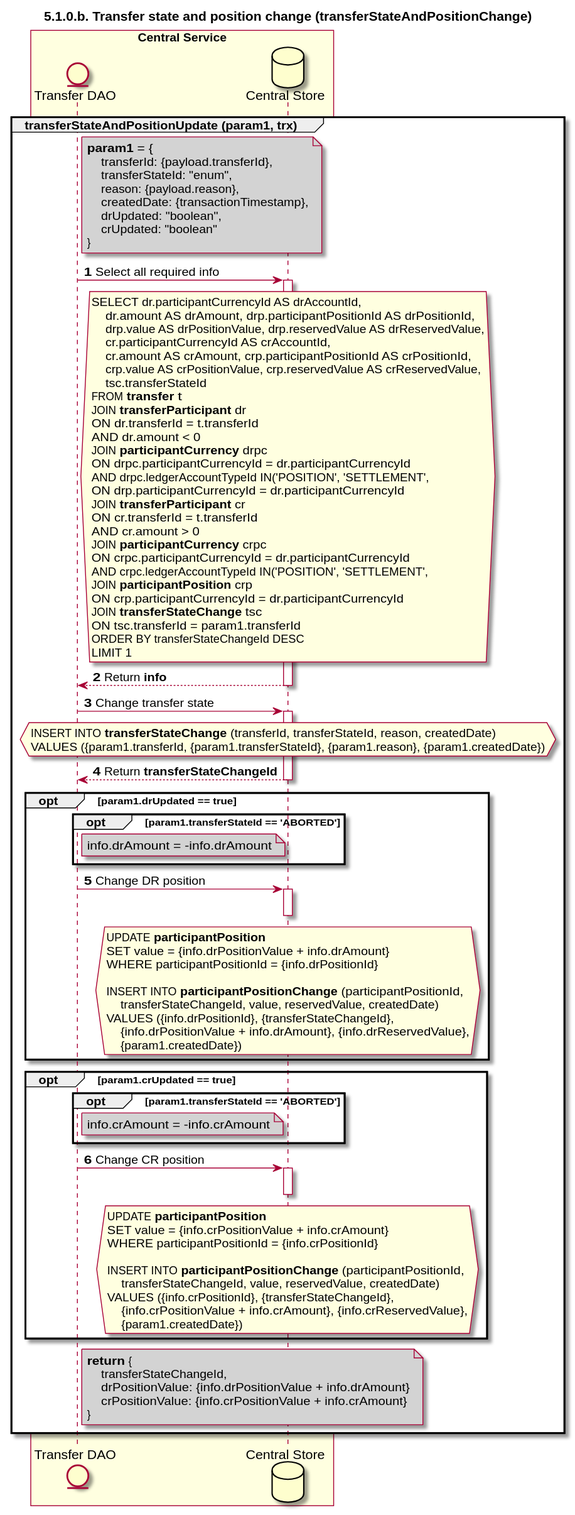
ggrg/docs keeps this PlantUML diagram as Diagrams/SequenceDiagrams/seq-recfunds-5.1.0.b-transferStateAndPositionChange.svg. Above is the earlier version. The source it was exported from:
```plantuml
@startuml
title 5.1.0.b. Transfer state and position change (transferStateAndPositionChange)

autonumber


entity "Transfer DAO" as TRANSFER_DAO
database "Central Store" as DB

box "Central Service" #LightYellow
    participant TRANSFER_DAO
    participant DB
end box

group transferStateAndPositionUpdate (param1, trx)
    note right of TRANSFER_DAO #lightgray
        **param1** = {
            transferId: {payload.transferId},
            transferStateId: "enum",
            reason: {payload.reason},
            createdDate: {transactionTimestamp},
            drUpdated: "boolean",
            crUpdated: "boolean"
        }
    end note

    TRANSFER_DAO -> DB: Select all required info
    activate DB
    hnote over DB #lightyellow
        SELECT dr.participantCurrencyId AS drAccountId,
            dr.amount AS drAmount, drp.participantPositionId AS drPositionId,
            drp.value AS drPositionValue, drp.reservedValue AS drReservedValue,
            cr.participantCurrencyId AS crAccountId,
            cr.amount AS crAmount, crp.participantPositionId AS crPositionId,
            crp.value AS crPositionValue, crp.reservedValue AS crReservedValue,
            tsc.transferStateId
        FROM **transfer** t
        JOIN **transferParticipant** dr
        ON dr.transferId = t.transferId
        AND dr.amount < 0
        JOIN **participantCurrency** drpc
        ON drpc.participantCurrencyId = dr.participantCurrencyId
        AND drpc.ledgerAccountTypeId IN('POSITION', 'SETTLEMENT',
        ON drp.participantCurrencyId = dr.participantCurrencyId
        JOIN **transferParticipant** cr
        ON cr.transferId = t.transferId
        AND cr.amount > 0
        JOIN **participantCurrency** crpc
        ON crpc.participantCurrencyId = dr.participantCurrencyId
        AND crpc.ledgerAccountTypeId IN('POSITION', 'SETTLEMENT',
        JOIN **participantPosition** crp
        ON crp.participantCurrencyId = dr.participantCurrencyId
        JOIN **transferStateChange** tsc
        ON tsc.transferId = param1.transferId
        ORDER BY transferStateChangeId DESC
        LIMIT 1
    end hnote
    TRANSFER_DAO <-- DB: Return **info**
    deactivate DB

    TRANSFER_DAO -> DB: Change transfer state
    activate DB
    hnote over DB #lightyellow
        INSERT INTO **transferStateChange** (transferId, transferStateId, reason, createdDate)
        VALUES ({param1.transferId, {param1.transferStateId}, {param1.reason}, {param1.createdDate})
    end hnote
    TRANSFER_DAO <-- DB: Return **transferStateChangeId**
    deactivate DB

    opt param1.drUpdated == true
        opt param1.transferStateId == 'ABORTED'
            note right of TRANSFER_DAO #lightgray
                info.drAmount = -info.drAmount
            end note
        end

        TRANSFER_DAO -> DB: Change DR position
        activate DB
        deactivate DB
        hnote over DB #lightyellow
            UPDATE **participantPosition**
            SET value = {info.drPositionValue + info.drAmount}
            WHERE participantPositionId = {info.drPositionId}

            INSERT INTO **participantPositionChange** (participantPositionId,
                transferStateChangeId, value, reservedValue, createdDate)
            VALUES ({info.drPositionId}, {transferStateChangeId},
                {info.drPositionValue + info.drAmount}, {info.drReservedValue},
                {param1.createdDate})
        end hnote
    end

    opt param1.crUpdated == true
        opt param1.transferStateId == 'ABORTED'
            note right of TRANSFER_DAO #lightgray
                info.crAmount = -info.crAmount
            end note
        end

        TRANSFER_DAO -> DB: Change CR position
        activate DB
        deactivate DB
        hnote over DB #lightyellow
            UPDATE **participantPosition**
            SET value = {info.crPositionValue + info.crAmount}
            WHERE participantPositionId = {info.crPositionId}

            INSERT INTO **participantPositionChange** (participantPositionId,
                transferStateChangeId, value, reservedValue, createdDate)
            VALUES ({info.crPositionId}, {transferStateChangeId},
                {info.crPositionValue + info.crAmount}, {info.crReservedValue},
                {param1.createdDate})
        end hnote
    end

    note right of TRANSFER_DAO #lightgray
        **return** {
            transferStateChangeId,
            drPositionValue: {info.drPositionValue + info.drAmount}
            crPositionValue: {info.crPositionValue + info.crAmount}
        }
    end note
end
@enduml
```
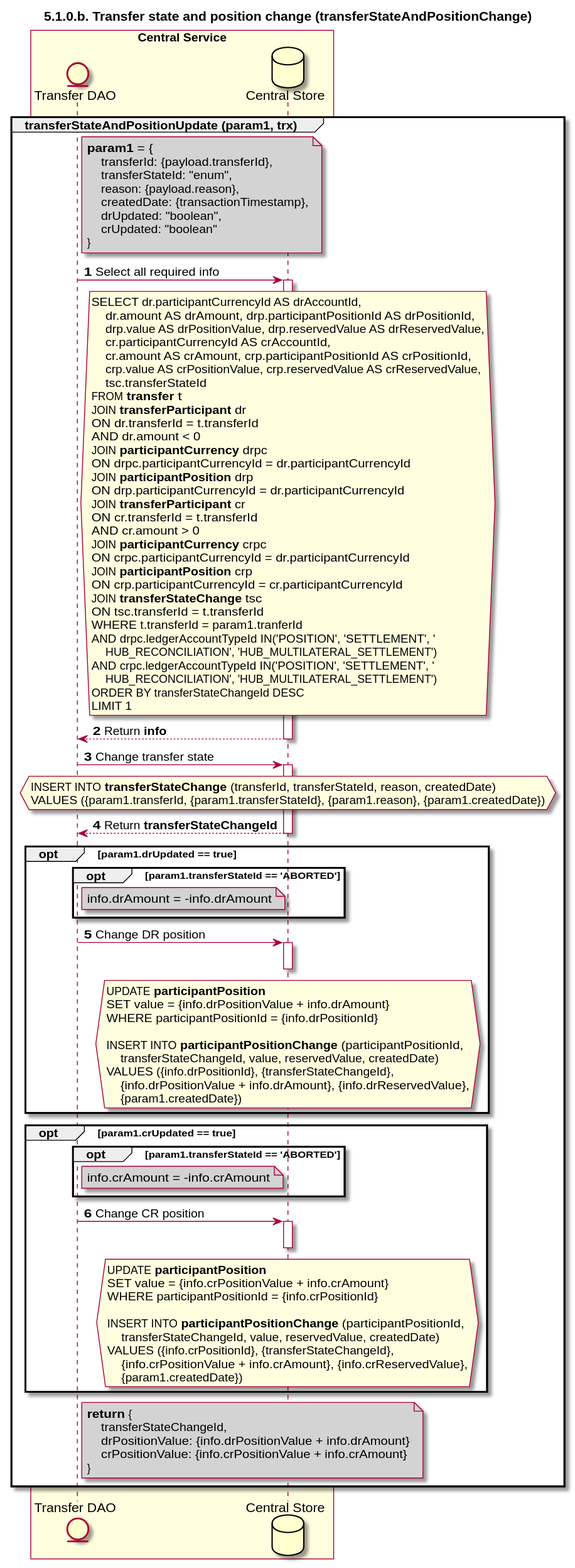
After the commit.

Commit message:
Update seq-recfunds to match implementation

The edit, as a diff of the source:
```diff
@@ -40,18 +40,22 @@
         AND dr.amount < 0
         JOIN **participantCurrency** drpc
         ON drpc.participantCurrencyId = dr.participantCurrencyId
-        AND drpc.ledgerAccountTypeId IN('POSITION', 'SETTLEMENT',
+        JOIN **participantPosition** drp
         ON drp.participantCurrencyId = dr.participantCurrencyId
         JOIN **transferParticipant** cr
         ON cr.transferId = t.transferId
         AND cr.amount > 0
         JOIN **participantCurrency** crpc
         ON crpc.participantCurrencyId = dr.participantCurrencyId
-        AND crpc.ledgerAccountTypeId IN('POSITION', 'SETTLEMENT',
         JOIN **participantPosition** crp
-        ON crp.participantCurrencyId = dr.participantCurrencyId
+        ON crp.participantCurrencyId = cr.participantCurrencyId
         JOIN **transferStateChange** tsc
-        ON tsc.transferId = param1.transferId
+        ON tsc.transferId = t.transferId
+        WHERE t.transferId = param1.tranferId
+        AND drpc.ledgerAccountTypeId IN('POSITION', 'SETTLEMENT', '
+            HUB_RECONCILIATION', 'HUB_MULTILATERAL_SETTLEMENT')
+        AND crpc.ledgerAccountTypeId IN('POSITION', 'SETTLEMENT', '
+            HUB_RECONCILIATION', 'HUB_MULTILATERAL_SETTLEMENT')
         ORDER BY transferStateChangeId DESC
         LIMIT 1
     end hnote
```
